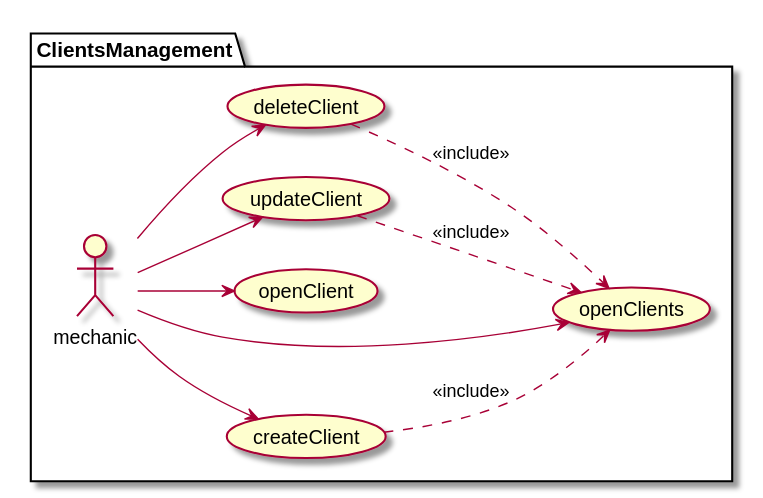
Above: documentation/1usecasesview/usecases/svg/clientUsecases.svg in Ruskab/agrimManager (PlantUML), before the change.
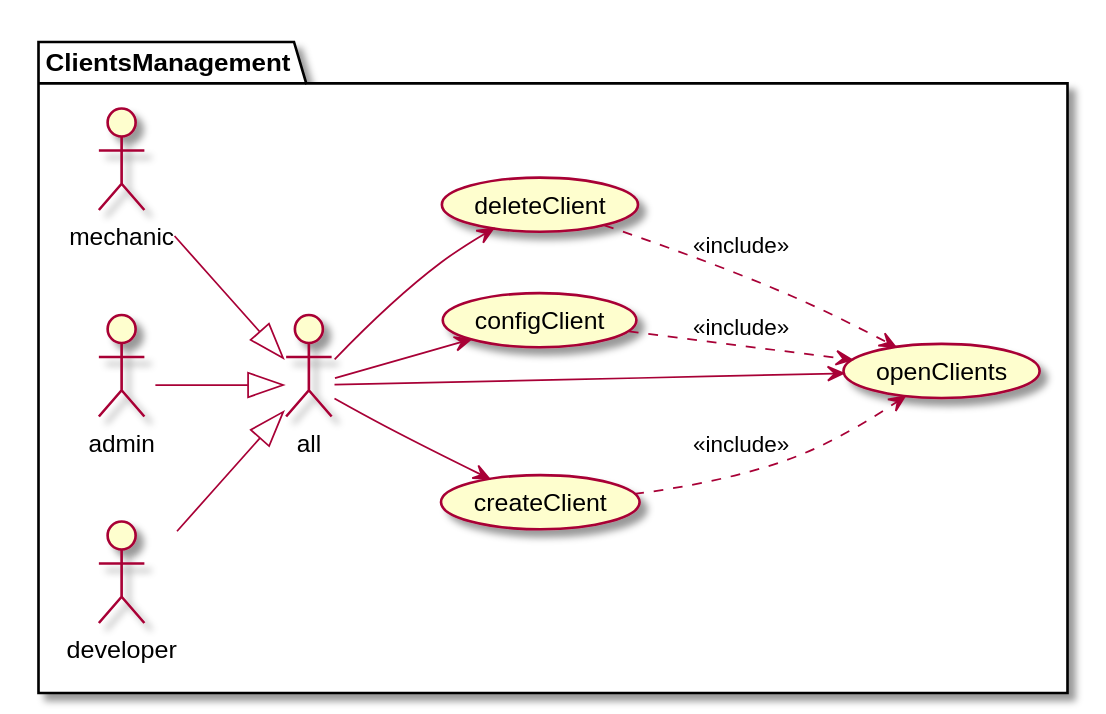
Above is the later version.

What changed in the source:
```diff
@@ -3,14 +3,17 @@
 left to right direction
 
 package ClientsManagement {
-:mechanic: --> (createClient)
+:mechanic: --|> :all:
+:admin: --|> :all:
+:developer: --|> :all:
+
+:all: --> (createClient)
 (createClient) ..> (openClients) : <<include>>
-:mechanic: --> (openClient)
-:mechanic: --> (updateClient)
-(updateClient) ..> (openClients) : <<include>>
-:mechanic: --> (deleteClient)
+:all: --> (configClient)
+(configClient) ..> (openClients) : <<include>>
+:all: --> (deleteClient)
 (deleteClient) ..> (openClients) : <<include>>
-:mechanic: --> (openClients)
+:all: --> (openClients)
 }
 
 @enduml
```
